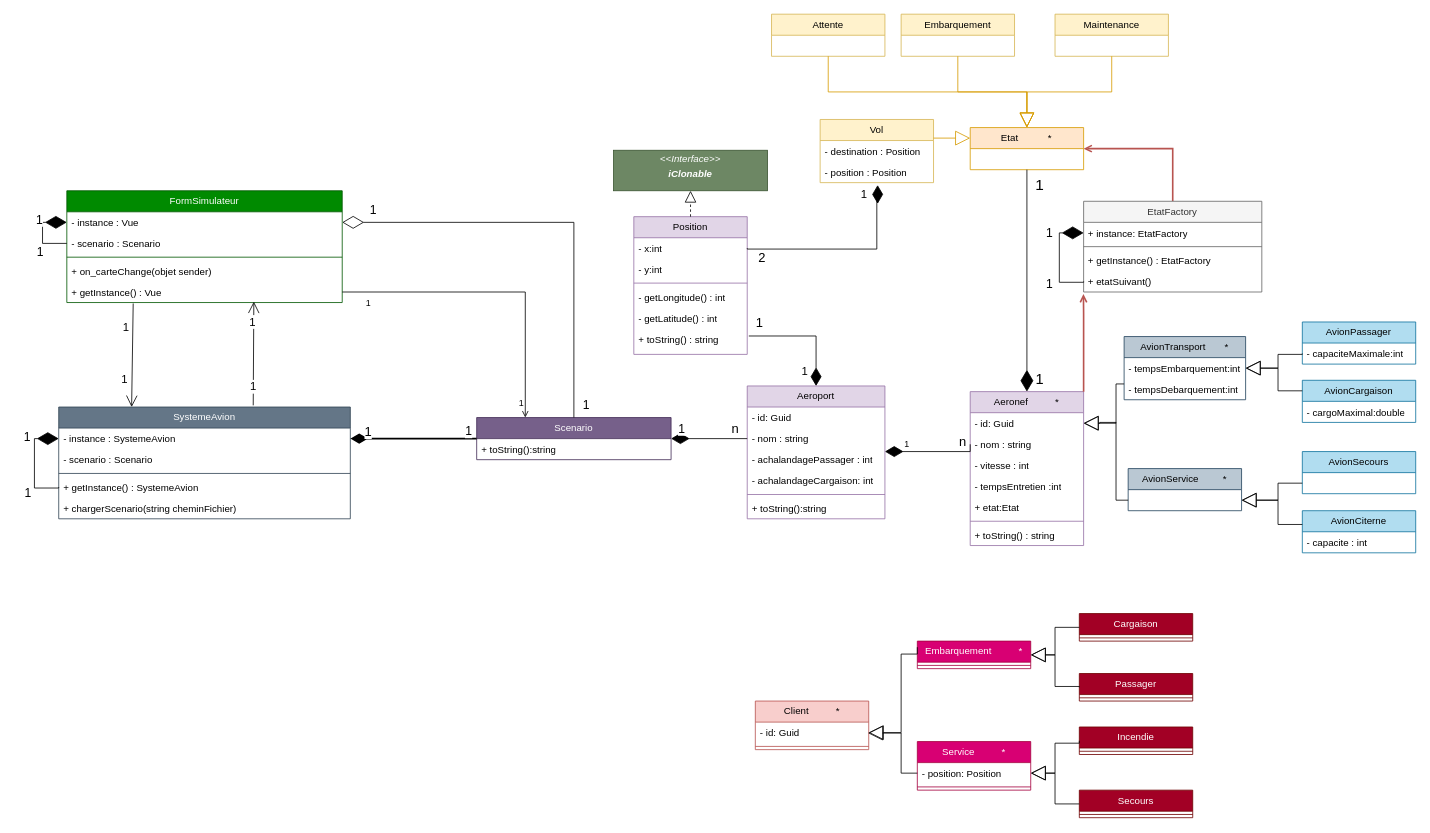
This is AviyonsSimulateur.drawio from felixcharbonneau/Echec, a draw.io file, before an edit. Source tidied: cells renumbered, new cells numbered last; positions are measured from the earlier drawing's top-left corner, leaving out a move shared by most shapes. Both pictures are drawn from the tidied source at 81%, with x=0, y=0 at pixel (34, 14).
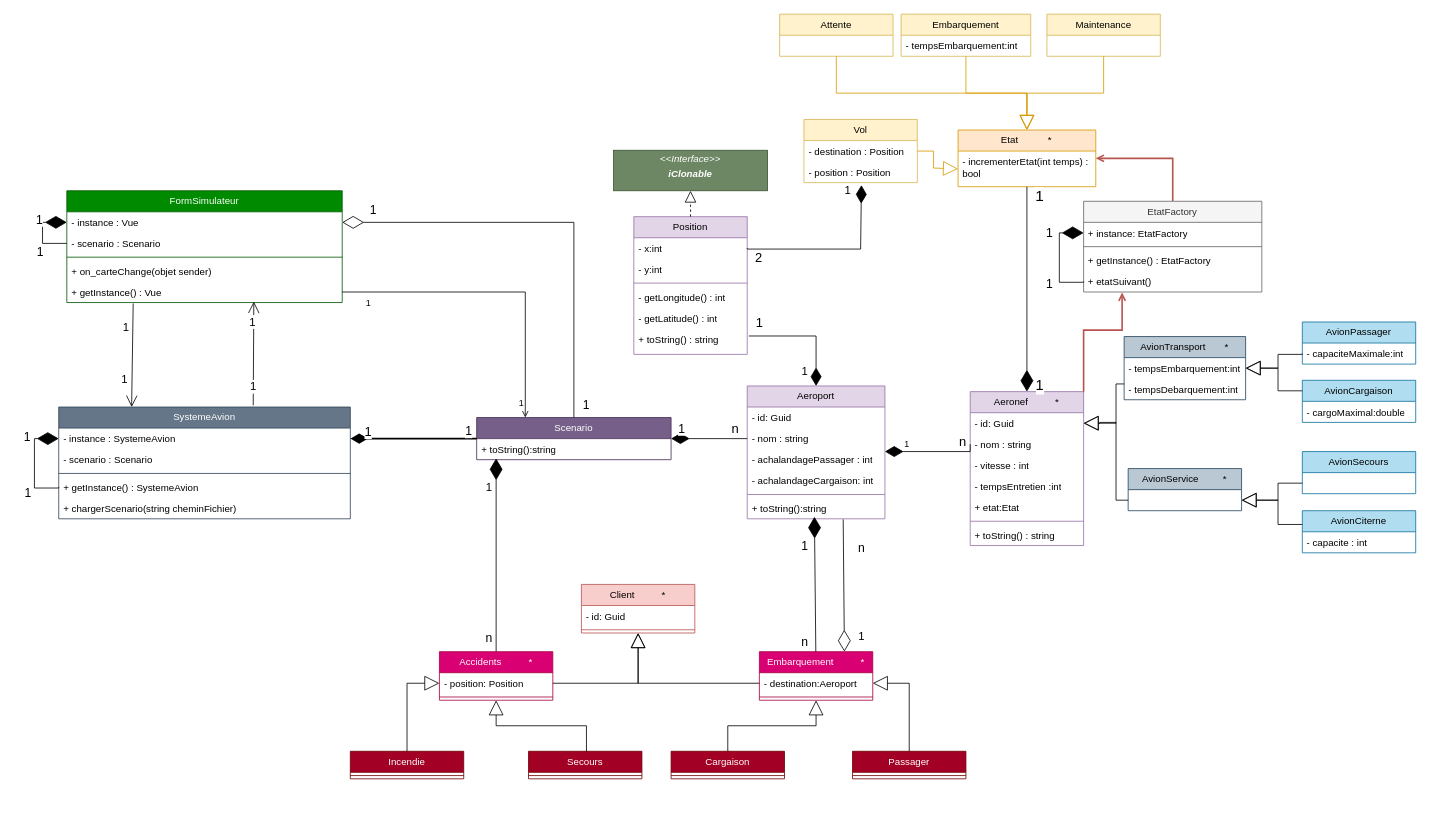
After the change.

The change refers to these unchanged cells:
```xml
<mxCell id="12" value="+ toString():string" style="text;strokeColor=none;fillColor=none;align=left;verticalAlign=top;spacingLeft=4;spacingRight=4;overflow=hidden;points=[[0,0.5],[1,0.5]];portConstraint=eastwest;whiteSpace=wrap;html=1;" parent="11" vertex="1">
  <mxGeometry y="26" width="240" height="26" as="geometry" />
</mxCell>
<mxCell id="43" value="+ toString():string" style="text;strokeColor=none;fillColor=none;align=left;verticalAlign=top;spacingLeft=4;spacingRight=4;overflow=hidden;points=[[0,0.5],[1,0.5]];portConstraint=eastwest;whiteSpace=wrap;html=1;" parent="37" vertex="1">
  <mxGeometry y="138" width="170" height="26" as="geometry" />
</mxCell>
<mxCell id="47" value="Aeronef&amp;nbsp; &amp;nbsp; &amp;nbsp; &amp;nbsp; &amp;nbsp; *" style="swimlane;fontStyle=0;horizontal=1;startSize=26;fillColor=#e1d5e7;whiteSpace=wrap;html=1;strokeColor=#9673a6;" parent="1" vertex="1">
  <mxGeometry x="1155.3" y="466" width="140" height="190" as="geometry" />
</mxCell>
<mxCell id="84" value="- destination : Position" style="text;strokeColor=none;fillColor=none;align=left;verticalAlign=top;spacingLeft=4;spacingRight=4;overflow=hidden;points=[[0,0.5],[1,0.5]];portConstraint=eastwest;whiteSpace=wrap;html=1;" parent="83" vertex="1">
  <mxGeometry y="26" width="140" height="26" as="geometry" />
</mxCell>
<mxCell id="85" value="- position : Position" style="text;strokeColor=none;fillColor=none;align=left;verticalAlign=top;spacingLeft=4;spacingRight=4;overflow=hidden;points=[[0,0.5],[1,0.5]];portConstraint=eastwest;whiteSpace=wrap;html=1;" parent="83" vertex="1">
  <mxGeometry y="52" width="140" height="26" as="geometry" />
</mxCell>
<mxCell id="87" value="- x:int" style="text;strokeColor=none;fillColor=none;align=left;verticalAlign=top;spacingLeft=4;spacingRight=4;overflow=hidden;points=[[0,0.5],[1,0.5]];portConstraint=eastwest;whiteSpace=wrap;html=1;" parent="86" vertex="1">
  <mxGeometry y="26" width="140" height="26" as="geometry" />
</mxCell>
<mxCell id="110" value="+ etatSuivant()" style="text;strokeColor=none;fillColor=none;align=left;verticalAlign=top;spacingLeft=4;spacingRight=4;overflow=hidden;points=[[0,0.5],[1,0.5]];portConstraint=eastwest;whiteSpace=wrap;html=1;" parent="103" vertex="1">
  <mxGeometry y="86" width="220" height="26" as="geometry" />
</mxCell>
<mxCell id="113" value="- id: Guid" style="text;strokeColor=none;fillColor=none;align=left;verticalAlign=top;spacingLeft=4;spacingRight=4;overflow=hidden;points=[[0,0.5],[1,0.5]];portConstraint=eastwest;whiteSpace=wrap;html=1;" parent="112" vertex="1">
  <mxGeometry y="26" width="140" height="26" as="geometry" />
</mxCell>
<mxCell id="120" value="- position: Position" style="text;strokeColor=none;fillColor=none;align=left;verticalAlign=top;spacingLeft=4;spacingRight=4;overflow=hidden;points=[[0,0.5],[1,0.5]];portConstraint=eastwest;whiteSpace=wrap;html=1;" parent="119" vertex="1">
  <mxGeometry y="26" width="140" height="26" as="geometry" />
</mxCell>
```

Change to the diagram source:
```diff
@@
     <mxCell id="75" value="Etat&amp;nbsp; &amp;nbsp; &amp;nbsp; &amp;nbsp; &amp;nbsp; &amp;nbsp;*" style="swimlane;fontStyle=0;horizontal=1;startSize=26;fillColor=#ffe6cc;whiteSpace=wrap;html=1;strokeColor=#d79b00;" parent="1" vertex="1">
-      <mxGeometry x="1155.3" y="140" width="140" height="52" as="geometry" />
+      <mxGeometry x="1140.3" y="143" width="170" height="70" as="geometry" />
     </mxCell>
+    <mxCell id="136" value="- incrementerEtat(int temps) : bool" style="text;strokeColor=none;fillColor=none;align=left;verticalAlign=top;spacingLeft=4;spacingRight=4;overflow=hidden;points=[[0,0.5],[1,0.5]];portConstraint=eastwest;whiteSpace=wrap;html=1;" parent="75" vertex="1">
+      <mxGeometry y="26" width="170" height="44" as="geometry" />
+    </mxCell>
@@
     <mxCell id="79" value="Attente" style="swimlane;fontStyle=0;horizontal=1;startSize=26;fillColor=#fff2cc;whiteSpace=wrap;html=1;strokeColor=#d6b656;" parent="1" vertex="1">
-      <mxGeometry x="910" width="140" height="52" as="geometry" />
+      <mxGeometry x="920" width="140" height="52" as="geometry" />
     </mxCell>
@@
     <mxCell id="81" value="Embarquement" style="swimlane;fontStyle=0;horizontal=1;startSize=26;fillColor=#fff2cc;whiteSpace=wrap;html=1;strokeColor=#d6b656;" parent="1" vertex="1">
-      <mxGeometry x="1070" width="140" height="52" as="geometry" />
+      <mxGeometry x="1070" width="160" height="52" as="geometry" />
     </mxCell>
+    <mxCell id="137" value="- tempsEmbarquement:int" style="text;strokeColor=none;fillColor=none;align=left;verticalAlign=top;spacingLeft=4;spacingRight=4;overflow=hidden;whiteSpace=wrap;html=1;" parent="81" vertex="1">
+      <mxGeometry y="26" width="160" height="26" as="geometry" />
+    </mxCell>
@@
     <mxCell id="83" value="Vol" style="swimlane;fontStyle=0;horizontal=1;startSize=26;fillColor=#fff2cc;whiteSpace=wrap;html=1;strokeColor=#d6b656;" parent="1" vertex="1">
-      <mxGeometry x="970" y="130" width="140" height="78" as="geometry" />
+      <mxGeometry x="950" y="130" width="140" height="78" as="geometry" />
     </mxCell>
@@
     <mxCell id="98" style="edgeStyle=orthogonalEdgeStyle;rounded=0;jettySize=auto;html=1;endArrow=diamondThin;endFill=1;endSize=20;exitX=1;exitY=0.5;exitDx=0;exitDy=0;entryX=0.507;entryY=1.115;entryDx=0;entryDy=0;entryPerimeter=0;" parent="1" edge="1" source="87" target="85">
       <mxGeometry relative="1" as="geometry">
         <Array as="points">
           <mxPoint x="880" y="290" />
-          <mxPoint x="1040" y="290" />
-          <mxPoint x="1040" y="220" />
-          <mxPoint x="1041" y="220" />
+          <mxPoint x="1020" y="290" />
+          <mxPoint x="1020" y="211" />
         </Array>
       </mxGeometry>
     </mxCell>
@@
-    <mxCell id="101" style="endArrow=block;endSize=16;endFill=0;html=1;rounded=0;entryX=0;entryY=0.25;entryDx=0;entryDy=0;edgeStyle=orthogonalEdgeStyle;fillColor=#ffe6cc;strokeColor=#d79b00;" parent="1" edge="1" target="75">
+    <mxCell id="101" style="endArrow=block;endSize=16;endFill=0;html=1;rounded=0;entryX=0;entryY=0.5;entryDx=0;entryDy=0;edgeStyle=orthogonalEdgeStyle;fillColor=#ffe6cc;strokeColor=#d79b00;exitX=1;exitY=0.5;exitDx=0;exitDy=0;" parent="1" edge="1" source="84" target="136">
       <mxGeometry relative="1" as="geometry">
-        <mxPoint x="1110" y="153" as="sourcePoint" />
         <Array as="points">
-          <mxPoint x="1110" y="153" />
+          <mxPoint x="1110" y="169" />
+          <mxPoint x="1110" y="190" />
+          <mxPoint x="1140" y="190" />
         </Array>
       </mxGeometry>
     </mxCell>
@@
-    <mxCell id="111" style="edgeStyle=orthogonalEdgeStyle;rounded=0;jettySize=auto;html=1;exitX=1;exitY=0;exitDx=0;exitDy=0;entryX=-0.001;entryY=1.096;entryDx=0;entryDy=0;entryPerimeter=0;endArrow=open;endFill=0;strokeWidth=2;fillColor=#f8cecc;strokeColor=#b85450;" parent="1" edge="1" source="47" target="110">
+    <mxCell id="111" style="edgeStyle=orthogonalEdgeStyle;rounded=0;jettySize=auto;html=1;exitX=1;exitY=0;exitDx=0;exitDy=0;entryX=0.216;entryY=1.029;entryDx=0;entryDy=0;entryPerimeter=0;endArrow=open;endFill=0;strokeWidth=2;fillColor=#f8cecc;strokeColor=#b85450;" parent="1" edge="1" source="47" target="110">
       <mxGeometry relative="1" as="geometry">
         <Array as="points">
-          <mxPoint x="1295" y="370" />
-          <mxPoint x="1295" y="370" />
+          <mxPoint x="1295" y="390" />
+          <mxPoint x="1343" y="390" />
         </Array>
       </mxGeometry>
     </mxCell>
     <mxCell id="112" value="Client&amp;nbsp; &amp;nbsp; &amp;nbsp; &amp;nbsp; &amp;nbsp; *" style="swimlane;fontStyle=0;horizontal=1;startSize=26;fillColor=#f8cecc;whiteSpace=wrap;html=1;strokeColor=#b85450;" parent="1" vertex="1">
-      <mxGeometry x="890" y="848" width="140" height="60" as="geometry" />
+      <mxGeometry x="675.3" y="704" width="140" height="60" as="geometry" />
     </mxCell>
@@
     <mxCell id="115" value="Incendie" style="swimlane;fontStyle=0;horizontal=1;startSize=26;fillColor=#a20025;whiteSpace=wrap;html=1;strokeColor=#6F0000;fontColor=#ffffff;" parent="1" vertex="1">
-      <mxGeometry x="1290" y="880" width="140" height="34" as="geometry" />
+      <mxGeometry x="390" y="910" width="140" height="34" as="geometry" />
     </mxCell>
@@
     <mxCell id="117" value="Secours" style="swimlane;fontStyle=0;horizontal=1;startSize=26;fillColor=#a20025;whiteSpace=wrap;html=1;strokeColor=#6F0000;fontColor=#ffffff;" parent="1" vertex="1">
-      <mxGeometry x="1290" y="958" width="140" height="34" as="geometry" />
+      <mxGeometry x="610" y="910" width="140" height="34" as="geometry" />
     </mxCell>
@@
-    <mxCell id="119" value="Service&amp;nbsp; &amp;nbsp; &amp;nbsp; &amp;nbsp; &amp;nbsp; *" style="swimlane;fontStyle=0;horizontal=1;startSize=26;fillColor=#d80073;whiteSpace=wrap;html=1;strokeColor=#A50040;fontColor=#ffffff;" parent="1" vertex="1">
-      <mxGeometry x="1090" y="898" width="140" height="60" as="geometry" />
+    <mxCell id="119" value="Accidents&amp;nbsp; &amp;nbsp; &amp;nbsp; &amp;nbsp; &amp;nbsp; *" style="swimlane;fontStyle=0;horizontal=1;startSize=26;fillColor=#d80073;whiteSpace=wrap;html=1;strokeColor=#A50040;fontColor=#ffffff;" parent="1" vertex="1">
+      <mxGeometry x="500" y="787" width="140" height="60" as="geometry" />
     </mxCell>
@@
-    <mxCell id="122" style="endArrow=block;endSize=16;endFill=0;html=1;rounded=0;entryX=1;entryY=0.5;entryDx=0;entryDy=0;edgeStyle=orthogonalEdgeStyle;exitX=0;exitY=0.5;exitDx=0;exitDy=0;" parent="1" edge="1" source="117" target="120">
-      <mxGeometry relative="1" as="geometry">
-        <Array as="points">
-          <mxPoint x="1260" y="975" />
-          <mxPoint x="1260" y="937" />
-        </Array>
-      </mxGeometry>
-    </mxCell>
-    <mxCell id="123" style="endArrow=block;endSize=16;endFill=0;html=1;rounded=0;entryX=1;entryY=0.5;entryDx=0;entryDy=0;edgeStyle=orthogonalEdgeStyle;exitX=0;exitY=0.5;exitDx=0;exitDy=0;" parent="1" edge="1" source="115" target="120">
-      <mxGeometry relative="1" as="geometry">
-        <Array as="points">
-          <mxPoint x="1290" y="900" />
-          <mxPoint x="1260" y="900" />
-          <mxPoint x="1260" y="937" />
-        </Array>
-      </mxGeometry>
-    </mxCell>
-    <mxCell id="124" style="endArrow=block;endSize=16;endFill=0;html=1;rounded=0;entryX=0.993;entryY=0.518;entryDx=0;entryDy=0;edgeStyle=orthogonalEdgeStyle;exitX=0;exitY=0.5;exitDx=0;exitDy=0;entryPerimeter=0;" parent="1" edge="1" source="120" target="113">
-      <mxGeometry relative="1" as="geometry">
-        <Array as="points">
-          <mxPoint x="1070" y="937" />
-          <mxPoint x="1070" y="888" />
-        </Array>
-      </mxGeometry>
-    </mxCell>
     <mxCell id="125" value="Embarquement&amp;nbsp; &amp;nbsp; &amp;nbsp; &amp;nbsp; &amp;nbsp; *" style="swimlane;fontStyle=0;horizontal=1;startSize=26;fillColor=#d80073;whiteSpace=wrap;html=1;strokeColor=#A50040;fontColor=#ffffff;" parent="1" vertex="1">
-      <mxGeometry x="1090" y="774" width="140" height="34" as="geometry" />
+      <mxGeometry x="895" y="787" width="140" height="60" as="geometry" />
     </mxCell>
+    <mxCell id="138" value="- destination:Aeroport" style="text;strokeColor=none;fillColor=none;align=left;verticalAlign=top;spacingLeft=4;spacingRight=4;overflow=hidden;points=[[0,0.5],[1,0.5]];portConstraint=eastwest;whiteSpace=wrap;html=1;" parent="125" vertex="1">
+      <mxGeometry y="26" width="140" height="26" as="geometry" />
+    </mxCell>
     <mxCell id="126" style="line;strokeWidth=1;fillColor=none;align=left;verticalAlign=middle;spacingTop=-1;spacingLeft=3;spacingRight=3;labelPosition=right;strokeColor=inherit;" parent="125" vertex="1">
-      <mxGeometry y="26" width="140" height="8" as="geometry" />
+      <mxGeometry y="52" width="140" height="8" as="geometry" />
     </mxCell>
     <mxCell id="127" value="Passager" style="swimlane;fontStyle=0;horizontal=1;startSize=26;fillColor=#a20025;whiteSpace=wrap;html=1;strokeColor=#6F0000;fontColor=#ffffff;" parent="1" vertex="1">
-      <mxGeometry x="1290" y="814" width="140" height="34" as="geometry" />
+      <mxGeometry x="1010" y="910" width="140" height="34" as="geometry" />
     </mxCell>
@@
     <mxCell id="129" value="Cargaison" style="swimlane;fontStyle=0;horizontal=1;startSize=26;fillColor=#a20025;whiteSpace=wrap;html=1;strokeColor=#6F0000;fontColor=#ffffff;" parent="1" vertex="1">
-      <mxGeometry x="1290" y="740" width="140" height="34" as="geometry" />
+      <mxGeometry x="786" y="910" width="140" height="34" as="geometry" />
     </mxCell>
@@
-    <mxCell id="131" style="endArrow=block;endSize=16;endFill=0;html=1;rounded=0;entryX=1;entryY=0.5;entryDx=0;entryDy=0;edgeStyle=orthogonalEdgeStyle;exitX=0;exitY=0.5;exitDx=0;exitDy=0;" parent="1" edge="1" source="129" target="125">
-      <mxGeometry relative="1" as="geometry">
-        <Array as="points">
-          <mxPoint x="1260" y="757" />
-          <mxPoint x="1260" y="791" />
-        </Array>
-      </mxGeometry>
-    </mxCell>
-    <mxCell id="132" style="endArrow=block;endSize=16;endFill=0;html=1;rounded=0;entryX=1;entryY=0.5;entryDx=0;entryDy=0;edgeStyle=orthogonalEdgeStyle;exitX=0;exitY=0.5;exitDx=0;exitDy=0;" parent="1" edge="1" source="127" target="125">
-      <mxGeometry relative="1" as="geometry">
-        <Array as="points">
-          <mxPoint x="1260" y="830" />
-          <mxPoint x="1260" y="791" />
-        </Array>
-      </mxGeometry>
-    </mxCell>
-    <mxCell id="133" style="endArrow=block;endSize=16;endFill=0;html=1;rounded=0;edgeStyle=orthogonalEdgeStyle;exitX=0;exitY=0.5;exitDx=0;exitDy=0;" parent="1" edge="1" target="113">
-      <mxGeometry relative="1" as="geometry">
-        <mxPoint x="1090" y="781.5" as="sourcePoint" />
-        <Array as="points">
-          <mxPoint x="1090" y="790" />
-          <mxPoint x="1070" y="790" />
-          <mxPoint x="1070" y="887" />
-        </Array>
-      </mxGeometry>
-    </mxCell>
     <mxCell id="134" value="Maintenance" style="swimlane;fontStyle=0;horizontal=1;startSize=26;fillColor=#fff2cc;whiteSpace=wrap;html=1;strokeColor=#d6b656;" parent="1" vertex="1">
-      <mxGeometry x="1260" width="140" height="52" as="geometry" />
+      <mxGeometry x="1250" width="140" height="52" as="geometry" />
     </mxCell>
@@
+    <mxCell id="139" style="endArrow=diamondThin;endFill=1;endSize=24;html=1;rounded=0;entryX=0.1;entryY=0.941;entryDx=0;entryDy=0;entryPerimeter=0;exitX=0.5;exitY=0;exitDx=0;exitDy=0;edgeStyle=orthogonalEdgeStyle;" parent="1" edge="1" source="119" target="12">
+      <mxGeometry relative="1" as="geometry">
+        <Array as="points">
+          <mxPoint x="570" y="787" />
+        </Array>
+      </mxGeometry>
+    </mxCell>
+    <mxCell id="140" value="1" style="edgeLabel;html=1;align=center;verticalAlign=middle;fontSize=14;" parent="139" vertex="1">
+      <mxGeometry x="0.38" relative="1" as="geometry">
+        <mxPoint x="-10" y="-39" as="offset" />
+      </mxGeometry>
+    </mxCell>
+    <mxCell id="141" value="n" style="edgeLabel;html=1;align=center;verticalAlign=middle;fontSize=15;" parent="139" vertex="1">
+      <mxGeometry x="-0.5" y="-1" relative="1" as="geometry">
+        <mxPoint x="-11" y="42" as="offset" />
+      </mxGeometry>
+    </mxCell>
+    <mxCell id="142" style="endArrow=diamondThin;endFill=1;endSize=24;html=1;rounded=0;entryX=0.488;entryY=0.904;entryDx=0;entryDy=0;entryPerimeter=0;" parent="1" edge="1" source="125" target="43">
+      <mxGeometry relative="1" as="geometry" />
+    </mxCell>
+    <mxCell id="143" value="1" style="edgeLabel;html=1;align=center;verticalAlign=middle;fontSize=15;" parent="142" vertex="1">
+      <mxGeometry x="0.54" y="-1" relative="1" as="geometry">
+        <mxPoint x="-14" y="-3" as="offset" />
+      </mxGeometry>
+    </mxCell>
+    <mxCell id="144" value="n" style="edgeLabel;html=1;align=center;verticalAlign=middle;fontSize=15;" parent="142" vertex="1">
+      <mxGeometry x="-0.51" y="2" relative="1" as="geometry">
+        <mxPoint x="-12" y="27" as="offset" />
+      </mxGeometry>
+    </mxCell>
+    <mxCell id="145" style="endArrow=diamondThin;endFill=0;endSize=24;html=1;rounded=0;entryX=0.75;entryY=0;entryDx=0;entryDy=0;exitX=0.697;exitY=1.029;exitDx=0;exitDy=0;exitPerimeter=0;" parent="1" edge="1" source="43" target="125">
+      <mxGeometry relative="1" as="geometry" />
+    </mxCell>
+    <mxCell id="146" value="1" style="edgeLabel;html=1;align=center;verticalAlign=middle;fontSize=14;" parent="145" vertex="1">
+      <mxGeometry x="0.31" y="-1" relative="1" as="geometry">
+        <mxPoint x="22" y="37" as="offset" />
+      </mxGeometry>
+    </mxCell>
+    <mxCell id="147" value="n" style="edgeLabel;html=1;align=center;verticalAlign=middle;fontSize=15;" parent="145" vertex="1">
+      <mxGeometry x="-0.04" y="-1" relative="1" as="geometry">
+        <mxPoint x="22" y="-44" as="offset" />
+      </mxGeometry>
+    </mxCell>
+    <mxCell id="148" style="endArrow=block;endSize=16;endFill=0;html=1;rounded=0;exitX=1;exitY=0.5;exitDx=0;exitDy=0;entryX=0.5;entryY=1;entryDx=0;entryDy=0;edgeStyle=orthogonalEdgeStyle;" parent="1" edge="1" source="120" target="112">
+      <mxGeometry relative="1" as="geometry" />
+    </mxCell>
+    <mxCell id="149" style="endArrow=block;endSize=16;endFill=0;html=1;rounded=0;exitX=0;exitY=0.5;exitDx=0;exitDy=0;edgeStyle=orthogonalEdgeStyle;entryX=0.5;entryY=1;entryDx=0;entryDy=0;" parent="1" edge="1" source="138" target="112">
+      <mxGeometry relative="1" as="geometry" />
+    </mxCell>
+    <mxCell id="123" style="endArrow=block;endSize=16;endFill=0;html=1;rounded=0;entryX=0;entryY=0.5;entryDx=0;entryDy=0;edgeStyle=orthogonalEdgeStyle;" parent="1" edge="1" source="115" target="120">
+      <mxGeometry relative="1" as="geometry" />
+    </mxCell>
+    <mxCell id="150" style="endArrow=block;endSize=16;endFill=0;html=1;rounded=0;exitX=0.511;exitY=0.025;exitDx=0;exitDy=0;entryX=0.5;entryY=1;entryDx=0;entryDy=0;edgeStyle=orthogonalEdgeStyle;exitPerimeter=0;" parent="1" edge="1" source="117" target="119">
+      <mxGeometry relative="1" as="geometry" />
+    </mxCell>
+    <mxCell id="131" style="endArrow=block;endSize=16;endFill=0;html=1;rounded=0;exitX=0.5;exitY=0;exitDx=0;exitDy=0;entryX=0.5;entryY=1;entryDx=0;entryDy=0;edgeStyle=orthogonalEdgeStyle;" parent="1" edge="1" source="129" target="125">
+      <mxGeometry relative="1" as="geometry" />
+    </mxCell>
+    <mxCell id="151" style="endArrow=block;endSize=16;endFill=0;html=1;rounded=0;edgeStyle=orthogonalEdgeStyle;" parent="1" edge="1" source="127" target="138">
+      <mxGeometry relative="1" as="geometry" />
+    </mxCell>
```
